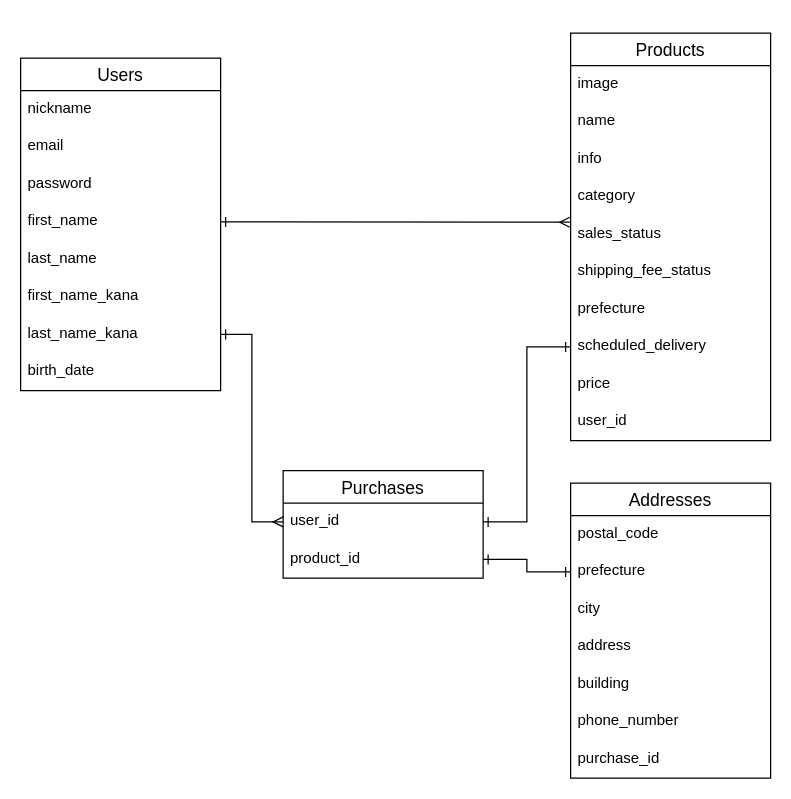
Above: ERdiagram.dio in akkun0503/furima-29630 (draw.io), before the change. Source tidied: cells renumbered, new cells numbered last; positions are measured from the earlier drawing's top-left corner, leaving out a move shared by most shapes. Both pictures are drawn from the tidied source at 125%, with x=0, y=0 at pixel (20, 32).
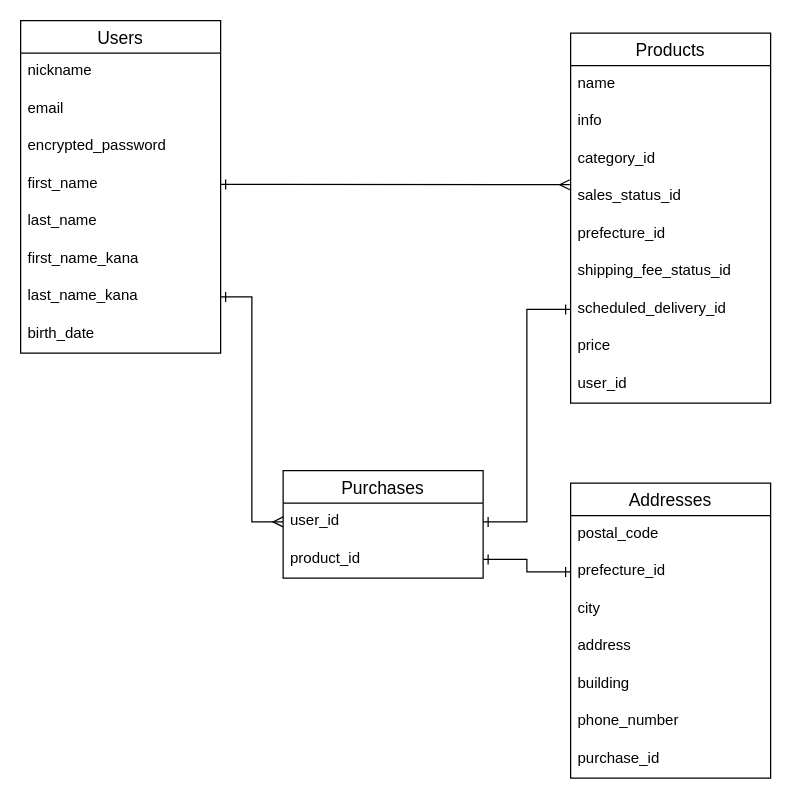
After the change.

Commit message (it also covers changes not shown here):
データベース設計_メンターからのコメント箇所修正

Unchanged cells that the change refers to:
```xml
<mxCell id="26" value="Addresses" style="swimlane;fontStyle=0;horizontal=1;startSize=26;align=center;fontSize=14;" parent="1" vertex="1">
  <mxGeometry x="440" y="360" width="160" height="236" as="geometry" />
</mxCell>
```

The edit, as a diff of the source:
```diff
@@
     <mxCell id="2" value="Users" style="swimlane;fontStyle=0;horizontal=1;startSize=26;align=center;fontSize=14;" parent="1" vertex="1">
-      <mxGeometry y="20" width="160" height="266" as="geometry" />
+      <mxGeometry y="-10" width="160" height="266" as="geometry" />
     </mxCell>
@@
-    <mxCell id="5" value="password" style="text;strokeColor=none;fillColor=none;spacingLeft=4;spacingRight=4;overflow=hidden;fontSize=12;" parent="2" vertex="1">
+    <mxCell id="5" value="encrypted_password" style="text;strokeColor=none;fillColor=none;spacingLeft=4;spacingRight=4;overflow=hidden;fontSize=12;" parent="2" vertex="1">
       <mxGeometry y="86" width="160" height="30" as="geometry" />
     </mxCell>
@@
     <mxCell id="11" value="Products" style="swimlane;fontStyle=0;horizontal=1;startSize=26;align=center;fontSize=14;" parent="1" vertex="1">
-      <mxGeometry x="440" width="160" height="326" as="geometry" />
+      <mxGeometry x="440" width="160" height="296" as="geometry" />
     </mxCell>
-    <mxCell id="12" value="image" style="text;strokeColor=none;fillColor=none;spacingLeft=4;spacingRight=4;overflow=hidden;fontSize=12;" parent="11" vertex="1">
-      <mxGeometry y="26" width="160" height="30" as="geometry" />
-    </mxCell>
     <mxCell id="13" value="name" style="text;strokeColor=none;fillColor=none;spacingLeft=4;spacingRight=4;overflow=hidden;fontSize=12;" parent="11" vertex="1">
-      <mxGeometry y="56" width="160" height="30" as="geometry" />
+      <mxGeometry y="26" width="160" height="30" as="geometry" />
     </mxCell>
     <mxCell id="14" value="info" style="text;strokeColor=none;fillColor=none;spacingLeft=4;spacingRight=4;overflow=hidden;fontSize=12;" parent="11" vertex="1">
-      <mxGeometry y="86" width="160" height="30" as="geometry" />
+      <mxGeometry y="56" width="160" height="30" as="geometry" />
     </mxCell>
-    <mxCell id="15" value="category" style="text;strokeColor=none;fillColor=none;spacingLeft=4;spacingRight=4;overflow=hidden;fontSize=12;" parent="11" vertex="1">
-      <mxGeometry y="116" width="160" height="30" as="geometry" />
+    <mxCell id="15" value="category_id" style="text;strokeColor=none;fillColor=none;spacingLeft=4;spacingRight=4;overflow=hidden;fontSize=12;" parent="11" vertex="1">
+      <mxGeometry y="86" width="160" height="30" as="geometry" />
     </mxCell>
-    <mxCell id="16" value="sales_status" style="text;strokeColor=none;fillColor=none;spacingLeft=4;spacingRight=4;overflow=hidden;points=[[0,0.5],[1,0.5]];portConstraint=eastwest;fontSize=12;" parent="11" vertex="1">
-      <mxGeometry y="146" width="160" height="30" as="geometry" />
+    <mxCell id="16" value="sales_status_id" style="text;strokeColor=none;fillColor=none;spacingLeft=4;spacingRight=4;overflow=hidden;points=[[0,0.5],[1,0.5]];portConstraint=eastwest;fontSize=12;" parent="11" vertex="1">
+      <mxGeometry y="116" width="160" height="30" as="geometry" />
     </mxCell>
+    <mxCell id="18" value="prefecture_id" style="text;strokeColor=none;fillColor=none;spacingLeft=4;spacingRight=4;overflow=hidden;fontSize=12;" parent="11" vertex="1">
+      <mxGeometry y="146" width="160" height="30" as="geometry" />
+    </mxCell>
-    <mxCell id="17" value="shipping_fee_status" style="text;strokeColor=none;fillColor=none;spacingLeft=4;spacingRight=4;overflow=hidden;fontSize=12;" parent="11" vertex="1">
+    <mxCell id="17" value="shipping_fee_status_id" style="text;strokeColor=none;fillColor=none;spacingLeft=4;spacingRight=4;overflow=hidden;fontSize=12;" parent="11" vertex="1">
       <mxGeometry y="176" width="160" height="30" as="geometry" />
     </mxCell>
-    <mxCell id="18" value="prefecture" style="text;strokeColor=none;fillColor=none;spacingLeft=4;spacingRight=4;overflow=hidden;fontSize=12;" parent="11" vertex="1">
-      <mxGeometry y="206" width="160" height="30" as="geometry" />
-    </mxCell>
-    <mxCell id="19" value="scheduled_delivery" style="text;strokeColor=none;fillColor=none;spacingLeft=4;spacingRight=4;overflow=hidden;points=[[0,0.5],[1,0.5]];portConstraint=eastwest;fontSize=12;" parent="11" vertex="1">
-      <mxGeometry y="236" width="160" height="30" as="geometry" />
+    <mxCell id="19" value="scheduled_delivery_id" style="text;strokeColor=none;fillColor=none;spacingLeft=4;spacingRight=4;overflow=hidden;points=[[0,0.5],[1,0.5]];portConstraint=eastwest;fontSize=12;" parent="11" vertex="1">
+      <mxGeometry y="206" width="160" height="30" as="geometry" />
     </mxCell>
     <mxCell id="20" value="price" style="text;strokeColor=none;fillColor=none;spacingLeft=4;spacingRight=4;overflow=hidden;fontSize=12;" parent="11" vertex="1">
-      <mxGeometry y="266" width="160" height="30" as="geometry" />
+      <mxGeometry y="236" width="160" height="30" as="geometry" />
     </mxCell>
     <mxCell id="21" value="user_id" style="text;strokeColor=none;fillColor=none;spacingLeft=4;spacingRight=4;overflow=hidden;fontSize=12;" parent="11" vertex="1">
-      <mxGeometry y="296" width="160" height="30" as="geometry" />
+      <mxGeometry y="266" width="160" height="30" as="geometry" />
     </mxCell>
@@
-    <mxCell id="28" value="prefecture" style="text;strokeColor=none;fillColor=none;spacingLeft=4;spacingRight=4;overflow=hidden;points=[[0,0.5],[1,0.5]];portConstraint=eastwest;fontSize=12;" parent="26" vertex="1">
+    <mxCell id="28" value="prefecture_id" style="text;strokeColor=none;fillColor=none;spacingLeft=4;spacingRight=4;overflow=hidden;points=[[0,0.5],[1,0.5]];portConstraint=eastwest;fontSize=12;" parent="26" vertex="1">
       <mxGeometry y="56" width="160" height="30" as="geometry" />
     </mxCell>
```
